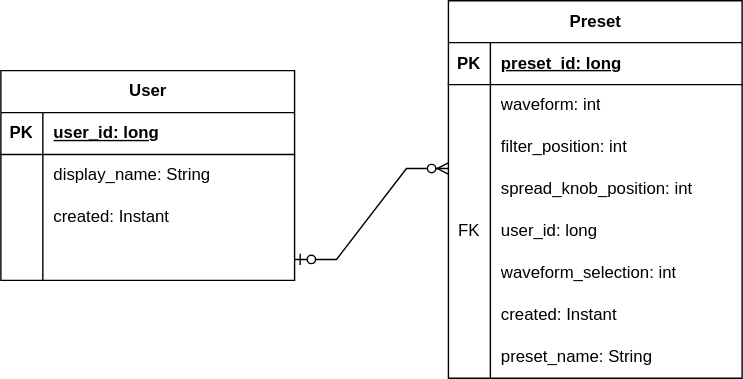
Earlier version of the draw.io export docs/img/SwarmatronERD.svg (ddc-java-16/swarmatron-android-newest-latest). Source tidied: cells renumbered, new cells last; positions are measured from the earlier drawing's top-left corner, leaving out a move shared by most shapes.
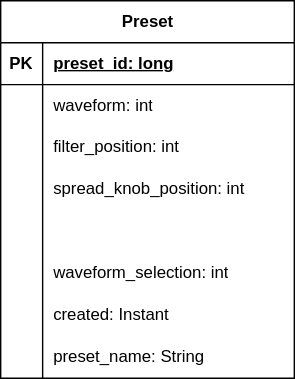
The same diagram one commit later.

Diff of the diagram source:
```diff
@@ -44,10 +44,10 @@
     <mxCell id="15" style="shape=tableRow;horizontal=0;startSize=0;swimlaneHead=0;swimlaneBody=0;fillColor=none;top=0;left=0;right=0;bottom=0;" parent="2" vertex="1">
       <mxGeometry y="150" width="210" height="30" as="geometry" />
     </mxCell>
-    <mxCell id="16" value="FK" style="shape=partialRectangle;fillColor=none;top=0;left=0;bottom=0;right=0;overflow=hidden;whiteSpace=wrap;html=1;" parent="15" vertex="1">
+    <mxCell id="16" style="shape=partialRectangle;fillColor=none;top=0;left=0;bottom=0;right=0;overflow=hidden;whiteSpace=wrap;html=1;" parent="15" vertex="1">
       <mxGeometry width="30" height="30" as="geometry" />
     </mxCell>
-    <mxCell id="17" value="user_id: long" style="shape=partialRectangle;fillColor=none;top=0;left=0;bottom=0;right=0;align=left;spacingLeft=6;overflow=hidden;whiteSpace=wrap;html=1;" parent="15" vertex="1">
+    <mxCell id="17" style="shape=partialRectangle;fillColor=none;top=0;left=0;bottom=0;right=0;align=left;spacingLeft=6;overflow=hidden;whiteSpace=wrap;html=1;" parent="15" vertex="1">
       <mxGeometry x="30" width="180" height="30" as="geometry" />
     </mxCell>
     <mxCell id="18" style="shape=tableRow;horizontal=0;startSize=0;swimlaneHead=0;swimlaneBody=0;fillColor=none;top=0;left=0;right=0;bottom=0;" parent="2" vertex="1">
@@ -77,49 +77,5 @@
     <mxCell id="26" value="preset_name: String" style="shape=partialRectangle;fillColor=none;top=0;left=0;bottom=0;right=0;align=left;spacingLeft=6;overflow=hidden;whiteSpace=wrap;html=1;" parent="24" vertex="1">
       <mxGeometry x="30" width="180" height="30" as="geometry" />
     </mxCell>
-    <mxCell id="27" value="User" style="shape=table;startSize=30;rowLines=0;fontStyle=1;align=center;html=1;" parent="1" vertex="1">
-      <mxGeometry y="50" width="210" height="150" as="geometry" />
-    </mxCell>
-    <mxCell id="28" style="shape=tableRow;horizontal=0;startSize=0;swimlaneHead=0;swimlaneBody=0;fillColor=none;top=0;left=0;right=0;bottom=1;" parent="27" vertex="1">
-      <mxGeometry y="30" width="210" height="30" as="geometry" />
-    </mxCell>
-    <mxCell id="29" value="PK" style="shape=partialRectangle;fillColor=none;top=0;left=0;bottom=0;right=0;fontStyle=1;overflow=hidden;whiteSpace=wrap;html=1;" parent="28" vertex="1">
-      <mxGeometry width="30" height="30" as="geometry" />
-    </mxCell>
-    <mxCell id="30" value="user_id: long" style="shape=partialRectangle;fillColor=none;top=0;left=0;bottom=0;right=0;align=left;spacingLeft=6;fontStyle=5;overflow=hidden;whiteSpace=wrap;html=1;" parent="28" vertex="1">
-      <mxGeometry x="30" width="180" height="30" as="geometry" />
-    </mxCell>
-    <mxCell id="31" style="shape=tableRow;horizontal=0;startSize=0;swimlaneHead=0;swimlaneBody=0;fillColor=none;top=0;left=0;right=0;bottom=0;" parent="27" vertex="1">
-      <mxGeometry y="60" width="210" height="30" as="geometry" />
-    </mxCell>
-    <mxCell id="32" style="shape=partialRectangle;fillColor=none;top=0;left=0;bottom=0;right=0;overflow=hidden;whiteSpace=wrap;html=1;" parent="31" vertex="1">
-      <mxGeometry width="30" height="30" as="geometry" />
-    </mxCell>
-    <mxCell id="33" value="display_name: String" style="shape=partialRectangle;fillColor=none;top=0;left=0;bottom=0;right=0;align=left;spacingLeft=6;overflow=hidden;whiteSpace=wrap;html=1;" parent="31" vertex="1">
-      <mxGeometry x="30" width="180" height="30" as="geometry" />
-    </mxCell>
-    <mxCell id="34" style="shape=tableRow;horizontal=0;startSize=0;swimlaneHead=0;swimlaneBody=0;fillColor=none;top=0;left=0;right=0;bottom=0;" parent="27" vertex="1">
-      <mxGeometry y="90" width="210" height="30" as="geometry" />
-    </mxCell>
-    <mxCell id="35" style="shape=partialRectangle;fillColor=none;top=0;left=0;bottom=0;right=0;overflow=hidden;whiteSpace=wrap;html=1;" parent="34" vertex="1">
-      <mxGeometry width="30" height="30" as="geometry" />
-    </mxCell>
-    <mxCell id="36" value="created: Instant" style="shape=partialRectangle;fillColor=none;top=0;left=0;bottom=0;right=0;align=left;spacingLeft=6;overflow=hidden;whiteSpace=wrap;html=1;" parent="34" vertex="1">
-      <mxGeometry x="30" width="180" height="30" as="geometry" />
-    </mxCell>
-    <mxCell id="37" style="shape=tableRow;horizontal=0;startSize=0;swimlaneHead=0;swimlaneBody=0;fillColor=none;points=[[0,0.5],[1,0.5]];portConstraint=eastwest;top=0;left=0;right=0;bottom=0;" parent="27" vertex="1">
-      <mxGeometry y="120" width="210" height="30" as="geometry" />
-    </mxCell>
-    <mxCell id="38" style="shape=partialRectangle;fillColor=none;top=0;left=0;bottom=0;right=0;overflow=hidden;whiteSpace=wrap;html=1;" parent="37" vertex="1">
-      <mxGeometry width="30" height="30" as="geometry" />
-    </mxCell>
-    <mxCell id="39" style="shape=partialRectangle;fillColor=none;top=0;left=0;bottom=0;right=0;align=left;spacingLeft=6;overflow=hidden;whiteSpace=wrap;html=1;" parent="37" vertex="1">
-      <mxGeometry x="30" width="180" height="30" as="geometry" />
-    </mxCell>
-    <mxCell id="40" style="edgeStyle=entityRelationEdgeStyle;fontSize=12;html=1;endArrow=ERzeroToMany;startArrow=ERzeroToOne;rounded=0;exitX=1;exitY=0.5;exitDx=0;exitDy=0;" parent="1" edge="1" source="37">
-      <mxGeometry relative="1" as="geometry">
-        <mxPoint x="320" y="120" as="targetPoint" />
-      </mxGeometry>
-    </mxCell>
   </root>
 </mxGraphModel>
```
